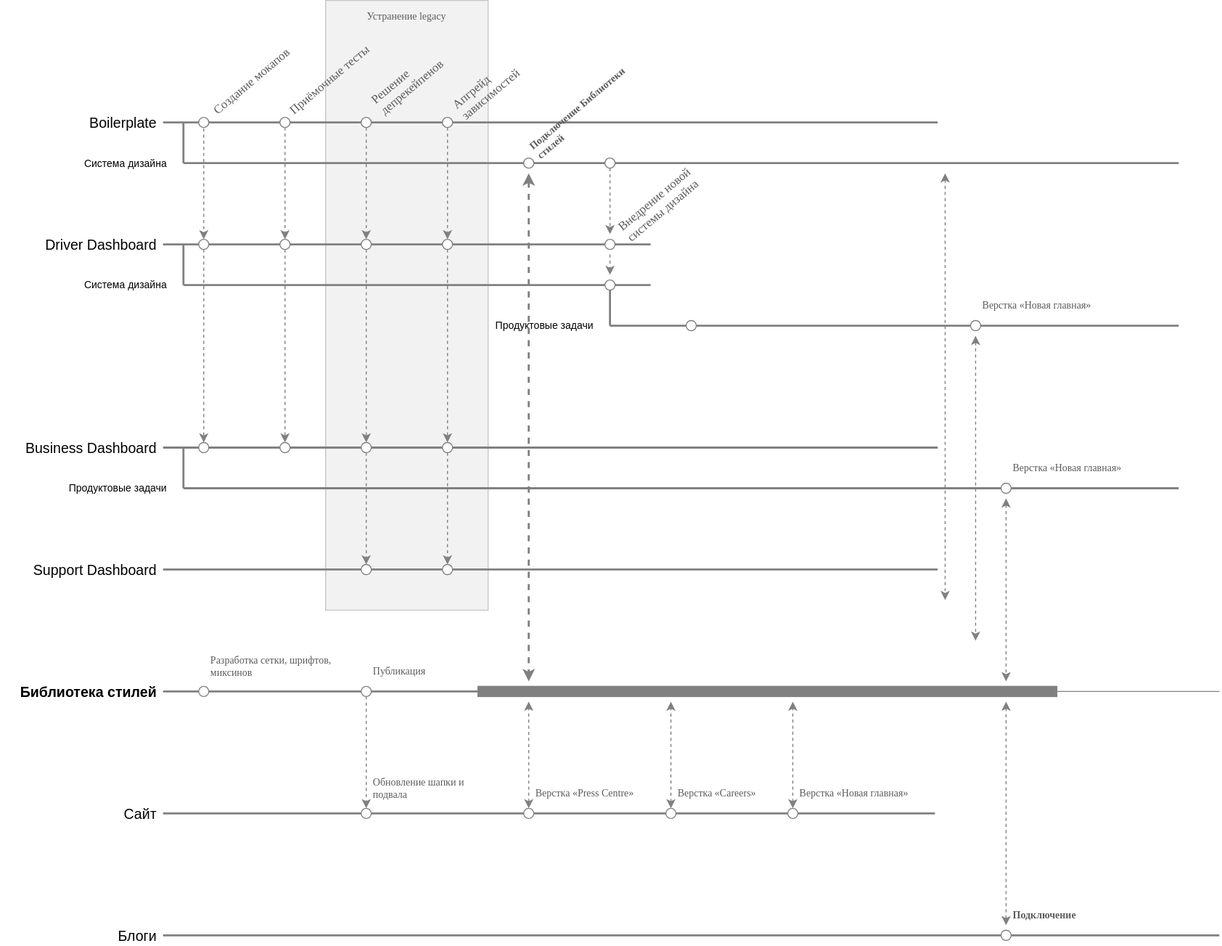
ajile/draw-io keeps this draw.io diagram as web-roadmaps.svg. Above is the earlier version. Source tidied: cells renumbered, new cells last; positions are measured from the earlier drawing's top-left corner, leaving out a move shared by most shapes.
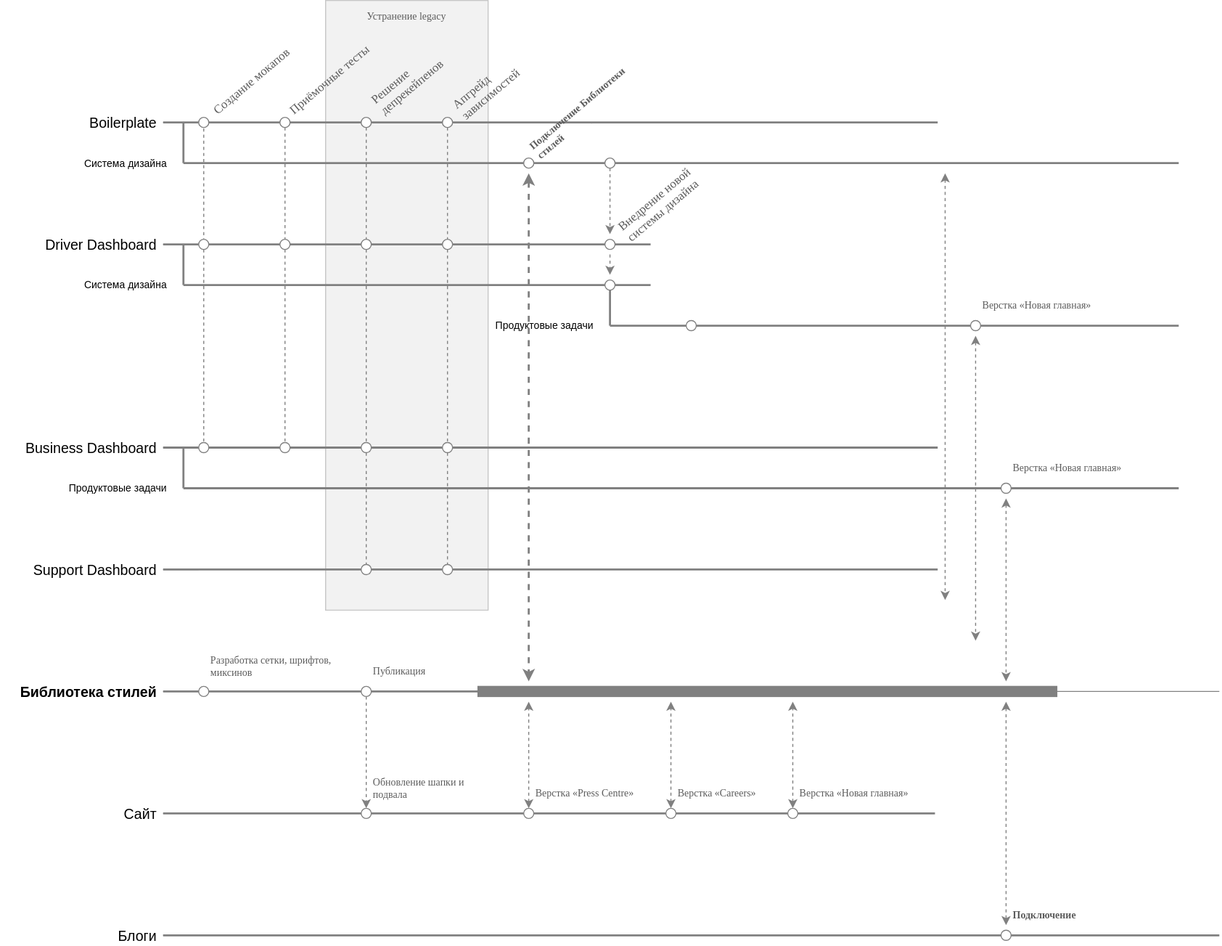
Above is the later version.

Change to the diagram source:
```diff
@@ -29,7 +29,7 @@
     <mxCell id="7" style="endArrow=none;html=1;labelBackgroundColor=none;strokeColor=#808080;strokeWidth=1;fontFamily=Verdana;fontSize=12;fontColor=#5C5C5C;" parent="1" edge="1" source="9" target="21">
       <mxGeometry relative="1" as="geometry" />
     </mxCell>
-    <mxCell id="8" style="edgeStyle=orthogonalEdgeStyle;rounded=0;html=1;entryX=0.5;entryY=0;labelBackgroundColor=none;startArrow=none;startFill=0;endArrow=classic;endFill=1;jettySize=auto;strokeColor=#808080;strokeWidth=1;fontFamily=Verdana;fontSize=10;fontColor=#5C5C5C;dashed=1;" parent="1" edge="1" source="9" target="24">
+    <mxCell id="8" style="edgeStyle=orthogonalEdgeStyle;rounded=0;html=1;entryX=0.5;entryY=0;labelBackgroundColor=none;startArrow=none;startFill=0;endArrow=none;endFill=0;jettySize=auto;strokeColor=#808080;strokeWidth=1;fontFamily=Verdana;fontSize=10;fontColor=#5C5C5C;dashed=1;" parent="1" edge="1" source="9" target="24">
       <mxGeometry relative="1" as="geometry" />
     </mxCell>
     <mxCell id="9" style="ellipse;whiteSpace=wrap;html=1;rounded=0;shadow=0;strokeColor=#808080;strokeWidth=1;fillColor=#ffffff;gradientColor=none;fontFamily=Verdana;fontSize=12;fontColor=#5C5C5C;align=left;perimeterSpacing=1;" parent="1" vertex="1">
@@ -38,7 +38,7 @@
     <mxCell id="10" value="Создание мокапов" style="text;html=1;strokeColor=none;fillColor=none;align=left;verticalAlign=middle;whiteSpace=wrap;rounded=0;shadow=0;fontFamily=Verdana;fontSize=12;fontColor=#5C5C5C;horizontal=1;rotation=-40;" parent="1" vertex="1">
       <mxGeometry x="195" y="60" width="125" height="20" as="geometry" />
     </mxCell>
-    <mxCell id="11" style="edgeStyle=orthogonalEdgeStyle;rounded=0;html=1;entryX=0.5;entryY=0;labelBackgroundColor=none;startArrow=none;startFill=0;endArrow=classic;endFill=1;jettySize=auto;strokeColor=#808080;strokeWidth=1;fontFamily=Verdana;fontSize=10;fontColor=#5C5C5C;dashed=1;" parent="1" edge="1" source="12" target="26">
+    <mxCell id="11" style="edgeStyle=orthogonalEdgeStyle;rounded=0;html=1;entryX=0.5;entryY=0;labelBackgroundColor=none;startArrow=none;startFill=0;endArrow=none;endFill=0;jettySize=auto;strokeColor=#808080;strokeWidth=1;fontFamily=Verdana;fontSize=10;fontColor=#5C5C5C;dashed=1;" parent="1" edge="1" source="12" target="26">
       <mxGeometry relative="1" as="geometry" />
     </mxCell>
     <mxCell id="12" style="ellipse;whiteSpace=wrap;html=1;rounded=0;shadow=0;strokeColor=#808080;strokeWidth=1;fillColor=#ffffff;gradientColor=none;fontFamily=Verdana;fontSize=12;fontColor=#5C5C5C;align=left;" parent="1" vertex="1">
@@ -47,7 +47,7 @@
     <mxCell id="13" value="Приёмочные тесты" style="text;html=1;strokeColor=none;fillColor=none;align=left;verticalAlign=middle;whiteSpace=wrap;rounded=0;shadow=0;fontFamily=Verdana;fontSize=12;fontColor=#5C5C5C;horizontal=1;rotation=-40;" parent="1" vertex="1">
       <mxGeometry x="270" y="60" width="125" height="20" as="geometry" />
     </mxCell>
-    <mxCell id="14" style="edgeStyle=orthogonalEdgeStyle;rounded=0;html=1;entryX=0.5;entryY=0;labelBackgroundColor=none;startArrow=none;startFill=0;endArrow=classic;endFill=1;jettySize=auto;strokeColor=#808080;strokeWidth=1;fontFamily=Verdana;fontSize=10;fontColor=#5C5C5C;dashed=1;" parent="1" edge="1" source="15" target="28">
+    <mxCell id="14" style="edgeStyle=orthogonalEdgeStyle;rounded=0;html=1;entryX=0.5;entryY=0;labelBackgroundColor=none;startArrow=none;startFill=0;endArrow=none;endFill=0;jettySize=auto;strokeColor=#808080;strokeWidth=1;fontFamily=Verdana;fontSize=10;fontColor=#5C5C5C;dashed=1;" parent="1" edge="1" source="15" target="28">
       <mxGeometry relative="1" as="geometry" />
     </mxCell>
     <mxCell id="15" style="ellipse;whiteSpace=wrap;html=1;rounded=0;shadow=0;strokeColor=#808080;strokeWidth=1;fillColor=#ffffff;gradientColor=none;fontFamily=Verdana;fontSize=12;fontColor=#5C5C5C;align=left;" parent="1" vertex="1">
@@ -56,7 +56,7 @@
     <mxCell id="16" value="Решение депрекейпенов" style="text;html=1;strokeColor=none;fillColor=none;align=left;verticalAlign=middle;whiteSpace=wrap;rounded=0;shadow=0;fontFamily=Verdana;fontSize=12;fontColor=#5C5C5C;horizontal=1;rotation=-40;" parent="1" vertex="1">
       <mxGeometry x="355" y="50" width="125" height="30" as="geometry" />
     </mxCell>
-    <mxCell id="17" style="edgeStyle=orthogonalEdgeStyle;rounded=0;html=1;entryX=0.5;entryY=0;dashed=1;labelBackgroundColor=none;startArrow=none;startFill=0;endArrow=classic;endFill=1;jettySize=auto;strokeColor=#808080;strokeWidth=1;fontFamily=Verdana;fontSize=10;fontColor=#5C5C5C;" parent="1" edge="1" source="18" target="30">
+    <mxCell id="17" style="edgeStyle=orthogonalEdgeStyle;rounded=0;html=1;entryX=0.5;entryY=0;dashed=1;labelBackgroundColor=none;startArrow=none;startFill=0;endArrow=none;endFill=0;jettySize=auto;strokeColor=#808080;strokeWidth=1;fontFamily=Verdana;fontSize=10;fontColor=#5C5C5C;" parent="1" edge="1" source="18" target="30">
       <mxGeometry relative="1" as="geometry" />
     </mxCell>
     <mxCell id="18" style="ellipse;whiteSpace=wrap;html=1;rounded=0;shadow=0;strokeColor=#808080;strokeWidth=1;fillColor=#ffffff;gradientColor=none;fontFamily=Verdana;fontSize=12;fontColor=#5C5C5C;align=left;" parent="1" vertex="1">
@@ -74,25 +74,25 @@
     <mxCell id="22" style="endArrow=none;html=1;labelBackgroundColor=none;strokeColor=#808080;strokeWidth=1;fontFamily=Verdana;fontSize=12;fontColor=#5C5C5C;" parent="1" edge="1" source="24" target="32">
       <mxGeometry relative="1" as="geometry" />
     </mxCell>
-    <mxCell id="23" style="edgeStyle=orthogonalEdgeStyle;rounded=0;html=1;entryX=0.5;entryY=0;labelBackgroundColor=none;startArrow=none;startFill=0;endArrow=classic;endFill=1;jettySize=auto;strokeColor=#808080;strokeWidth=1;fontFamily=Verdana;fontSize=10;fontColor=#5C5C5C;dashed=1;" parent="1" edge="1" source="24" target="35">
+    <mxCell id="23" style="edgeStyle=orthogonalEdgeStyle;rounded=0;html=1;entryX=0.5;entryY=0;labelBackgroundColor=none;startArrow=none;startFill=0;endArrow=none;endFill=0;jettySize=auto;strokeColor=#808080;strokeWidth=1;fontFamily=Verdana;fontSize=10;fontColor=#5C5C5C;dashed=1;" parent="1" edge="1" source="24" target="35">
       <mxGeometry relative="1" as="geometry" />
     </mxCell>
     <mxCell id="24" style="ellipse;whiteSpace=wrap;html=1;rounded=0;shadow=0;strokeColor=#808080;strokeWidth=1;fillColor=#ffffff;gradientColor=none;fontFamily=Verdana;fontSize=12;fontColor=#5C5C5C;align=left;" parent="1" vertex="1">
       <mxGeometry x="195" y="235" width="10" height="10" as="geometry" />
     </mxCell>
-    <mxCell id="25" style="edgeStyle=orthogonalEdgeStyle;rounded=0;html=1;entryX=0.5;entryY=0;labelBackgroundColor=none;startArrow=none;startFill=0;endArrow=classic;endFill=1;jettySize=auto;strokeColor=#808080;strokeWidth=1;fontFamily=Verdana;fontSize=10;fontColor=#5C5C5C;dashed=1;" parent="1" edge="1" source="26" target="36">
+    <mxCell id="25" style="edgeStyle=orthogonalEdgeStyle;rounded=0;html=1;entryX=0.5;entryY=0;labelBackgroundColor=none;startArrow=none;startFill=0;endArrow=none;endFill=0;jettySize=auto;strokeColor=#808080;strokeWidth=1;fontFamily=Verdana;fontSize=10;fontColor=#5C5C5C;dashed=1;" parent="1" edge="1" source="26" target="36">
       <mxGeometry relative="1" as="geometry" />
     </mxCell>
     <mxCell id="26" style="ellipse;whiteSpace=wrap;html=1;rounded=0;shadow=0;strokeColor=#808080;strokeWidth=1;fillColor=#ffffff;gradientColor=none;fontFamily=Verdana;fontSize=12;fontColor=#5C5C5C;align=left;" parent="1" vertex="1">
       <mxGeometry x="275" y="235" width="10" height="10" as="geometry" />
     </mxCell>
-    <mxCell id="27" style="edgeStyle=orthogonalEdgeStyle;rounded=0;html=1;entryX=0.5;entryY=0;labelBackgroundColor=none;startArrow=none;startFill=0;endArrow=classic;endFill=1;jettySize=auto;strokeColor=#808080;strokeWidth=1;fontFamily=Verdana;fontSize=10;fontColor=#5C5C5C;dashed=1;" parent="1" edge="1" source="28" target="38">
+    <mxCell id="27" style="edgeStyle=orthogonalEdgeStyle;rounded=0;html=1;entryX=0.5;entryY=0;labelBackgroundColor=none;startArrow=none;startFill=0;endArrow=none;endFill=0;jettySize=auto;strokeColor=#808080;strokeWidth=1;fontFamily=Verdana;fontSize=10;fontColor=#5C5C5C;dashed=1;" parent="1" edge="1" source="28" target="38">
       <mxGeometry relative="1" as="geometry" />
     </mxCell>
     <mxCell id="28" style="ellipse;whiteSpace=wrap;html=1;rounded=0;shadow=0;strokeColor=#808080;strokeWidth=1;fillColor=#ffffff;gradientColor=none;fontFamily=Verdana;fontSize=12;fontColor=#5C5C5C;align=left;" parent="1" vertex="1">
       <mxGeometry x="355" y="235" width="10" height="10" as="geometry" />
     </mxCell>
-    <mxCell id="29" style="edgeStyle=orthogonalEdgeStyle;rounded=0;html=1;entryX=0.5;entryY=0;dashed=1;labelBackgroundColor=none;startArrow=none;startFill=0;endArrow=classic;endFill=1;jettySize=auto;strokeColor=#808080;strokeWidth=1;fontFamily=Verdana;fontSize=10;fontColor=#5C5C5C;" parent="1" edge="1" source="30" target="40">
+    <mxCell id="29" style="edgeStyle=orthogonalEdgeStyle;rounded=0;html=1;entryX=0.5;entryY=0;dashed=1;labelBackgroundColor=none;startArrow=none;startFill=0;endArrow=none;endFill=0;jettySize=auto;strokeColor=#808080;strokeWidth=1;fontFamily=Verdana;fontSize=10;fontColor=#5C5C5C;" parent="1" edge="1" source="30" target="40">
       <mxGeometry relative="1" as="geometry" />
     </mxCell>
     <mxCell id="30" style="ellipse;whiteSpace=wrap;html=1;rounded=0;shadow=0;strokeColor=#808080;strokeWidth=1;fillColor=#ffffff;gradientColor=none;fontFamily=Verdana;fontSize=12;fontColor=#5C5C5C;align=left;" parent="1" vertex="1">
@@ -122,13 +122,13 @@
     <mxCell id="36" style="ellipse;whiteSpace=wrap;html=1;rounded=0;shadow=0;strokeColor=#808080;strokeWidth=1;fillColor=#ffffff;gradientColor=none;fontFamily=Verdana;fontSize=12;fontColor=#5C5C5C;align=left;" parent="1" vertex="1">
       <mxGeometry x="275" y="435" width="10" height="10" as="geometry" />
     </mxCell>
-    <mxCell id="37" style="edgeStyle=orthogonalEdgeStyle;rounded=0;html=1;entryX=0.5;entryY=0;dashed=1;labelBackgroundColor=none;startArrow=none;startFill=0;endArrow=classic;endFill=1;jettySize=auto;strokeColor=#808080;strokeWidth=1;fontFamily=Verdana;fontSize=10;fontColor=#5C5C5C;" parent="1" edge="1" source="38" target="45">
+    <mxCell id="37" style="edgeStyle=orthogonalEdgeStyle;rounded=0;html=1;entryX=0.5;entryY=0;dashed=1;labelBackgroundColor=none;startArrow=none;startFill=0;endArrow=none;endFill=0;jettySize=auto;strokeColor=#808080;strokeWidth=1;fontFamily=Verdana;fontSize=10;fontColor=#5C5C5C;" parent="1" edge="1" source="38" target="45">
       <mxGeometry relative="1" as="geometry" />
     </mxCell>
     <mxCell id="38" style="ellipse;whiteSpace=wrap;html=1;rounded=0;shadow=0;strokeColor=#808080;strokeWidth=1;fillColor=#ffffff;gradientColor=none;fontFamily=Verdana;fontSize=12;fontColor=#5C5C5C;align=left;" parent="1" vertex="1">
       <mxGeometry x="355" y="435" width="10" height="10" as="geometry" />
     </mxCell>
-    <mxCell id="39" style="edgeStyle=orthogonalEdgeStyle;rounded=0;html=1;entryX=0.5;entryY=0;dashed=1;labelBackgroundColor=none;startArrow=none;startFill=0;endArrow=classic;endFill=1;jettySize=auto;strokeColor=#808080;strokeWidth=1;fontFamily=Verdana;fontSize=10;fontColor=#5C5C5C;" parent="1" edge="1" source="40" target="46">
+    <mxCell id="39" style="edgeStyle=orthogonalEdgeStyle;rounded=0;html=1;entryX=0.5;entryY=0;dashed=1;labelBackgroundColor=none;startArrow=none;startFill=0;endArrow=none;endFill=0;jettySize=auto;strokeColor=#808080;strokeWidth=1;fontFamily=Verdana;fontSize=10;fontColor=#5C5C5C;" parent="1" edge="1" source="40" target="46">
       <mxGeometry relative="1" as="geometry" />
     </mxCell>
     <mxCell id="40" style="ellipse;whiteSpace=wrap;html=1;rounded=0;shadow=0;strokeColor=#808080;strokeWidth=1;fillColor=#ffffff;gradientColor=none;fontFamily=Verdana;fontSize=12;fontColor=#5C5C5C;align=left;" parent="1" vertex="1">
```
